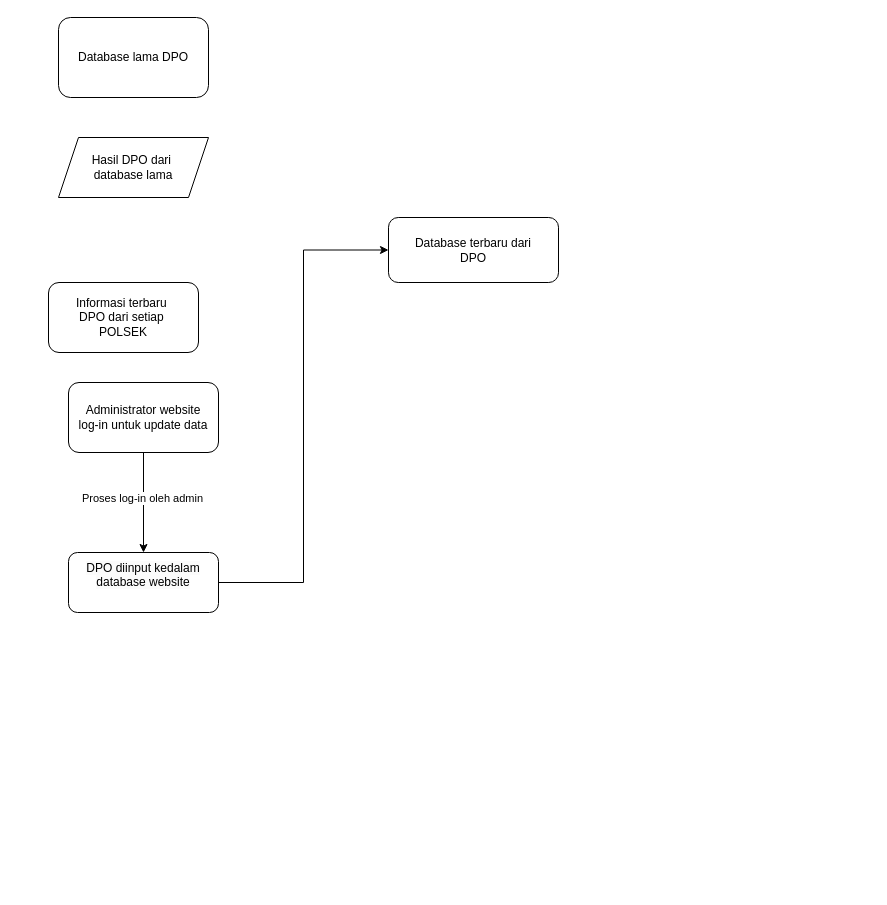
Earlier version of the draw.io diagram Final_flow.drawio (Irvanray21/final_project). Source tidied: cells renumbered, new cells numbered last; positions are measured from the earlier drawing's top-left corner, leaving out a move shared by most shapes. Both pictures are drawn from the tidied source at 100%, with x=0, y=0 at pixel (48, 17).
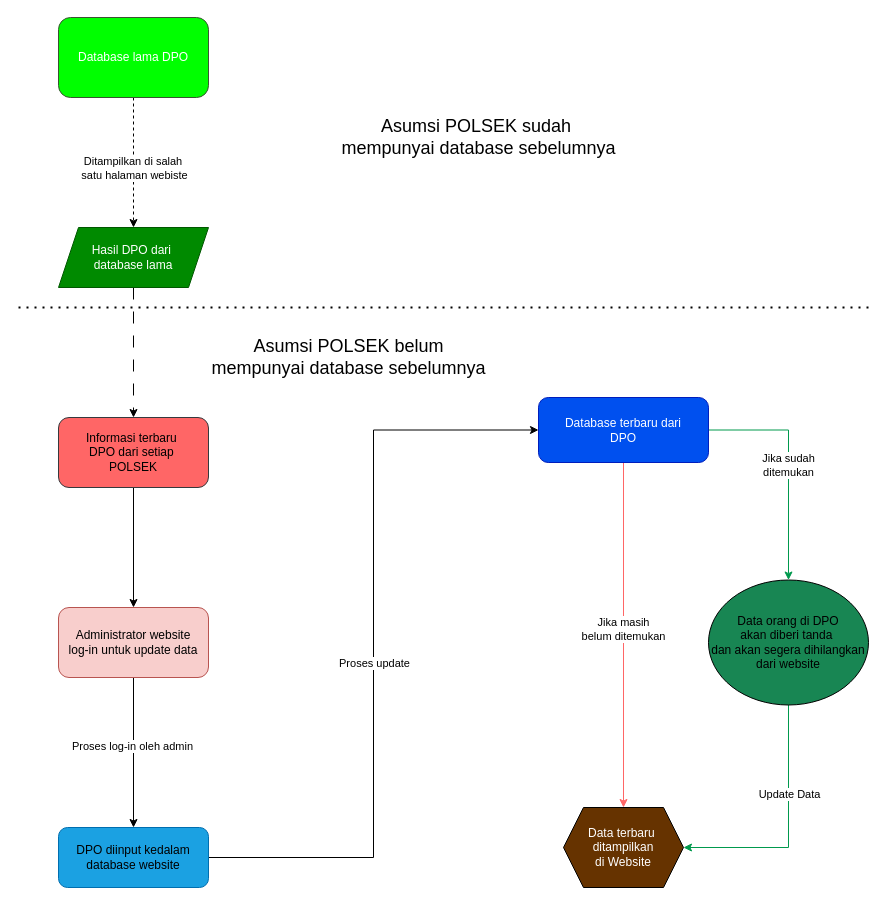
The same page after the edit.

Unchanged cells that the change refers to:
```xml
<mxCell id="6" style="edgeStyle=orthogonalEdgeStyle;rounded=0;jettySize=auto;html=1;entryX=0;entryY=0.5;entryDx=0;entryDy=0;" parent="1" edge="1" source="7" target="8">
  <mxGeometry relative="1" as="geometry" />
</mxCell>
```

Change to the diagram source:
```diff
@@
+    <mxCell id="11" style="edgeStyle=orthogonalEdgeStyle;rounded=0;jettySize=auto;html=1;" parent="1" edge="1" source="2" target="5">
+      <mxGeometry relative="1" as="geometry" />
+    </mxCell>
-    <mxCell id="2" value="Informasi terbaru&amp;nbsp;&lt;div&gt;DPO dari setiap&amp;nbsp;&lt;/div&gt;&lt;div&gt;POLSEK&lt;/div&gt;" style="rounded=1;whiteSpace=wrap;html=1;" parent="1" vertex="1">
-      <mxGeometry y="265" width="150" height="70" as="geometry" />
+    <mxCell id="2" value="Informasi terbaru&amp;nbsp;&lt;div&gt;DPO dari setiap&amp;nbsp;&lt;/div&gt;&lt;div&gt;POLSEK&lt;/div&gt;" style="rounded=1;whiteSpace=wrap;html=1;fillColor=#FF6666;strokeColor=#36393d;" parent="1" vertex="1">
+      <mxGeometry x="10" y="400" width="150" height="70" as="geometry" />
     </mxCell>
@@
-    <mxCell id="5" value="Administrator website&lt;div&gt;log-in untuk update data&lt;/div&gt;" style="rounded=1;whiteSpace=wrap;html=1;" parent="1" vertex="1">
-      <mxGeometry x="20" y="365" width="150" height="70" as="geometry" />
+    <mxCell id="5" value="Administrator website&lt;div&gt;log-in untuk update data&lt;/div&gt;" style="rounded=1;whiteSpace=wrap;html=1;fillColor=#f8cecc;strokeColor=#b85450;" parent="1" vertex="1">
+      <mxGeometry x="10" y="590" width="150" height="70" as="geometry" />
     </mxCell>
@@
+    <mxCell id="12" value="Proses update" style="edgeLabel;html=1;align=center;verticalAlign=middle;" parent="6" vertex="1">
+      <mxGeometry x="-0.05" relative="1" as="geometry" />
+    </mxCell>
-    <mxCell id="7" value="&#10;&lt;span style=&quot;color: rgb(0, 0, 0); font-family: Helvetica; font-size: 12px; font-style: normal; font-variant-ligatures: normal; font-variant-caps: normal; font-weight: 400; letter-spacing: normal; orphans: 2; text-align: center; text-indent: 0px; text-transform: none; widows: 2; word-spacing: 0px; -webkit-text-stroke-width: 0px; white-space: normal; background-color: rgb(251, 251, 251); text-decoration-thickness: initial; text-decoration-style: initial; text-decoration-color: initial; display: inline !important; float: none;&quot;&gt;DPO diinput kedalam database website&lt;/span&gt;&#10;&#10;" style="rounded=1;whiteSpace=wrap;html=1;" parent="1" vertex="1">
-      <mxGeometry x="20" y="535" width="150" height="60" as="geometry" />
+    <mxCell id="7" value="&lt;br&gt;&lt;span style=&quot;color: rgb(0, 0, 0); font-family: Helvetica; font-size: 12px; font-style: normal; font-variant-ligatures: normal; font-variant-caps: normal; font-weight: 400; letter-spacing: normal; orphans: 2; text-indent: 0px; text-transform: none; widows: 2; word-spacing: 0px; -webkit-text-stroke-width: 0px; white-space: normal; text-decoration-thickness: initial; text-decoration-style: initial; text-decoration-color: initial; float: none; display: inline !important;&quot;&gt;DPO diinput kedalam database website&lt;/span&gt;&lt;div&gt;&lt;br/&gt;&lt;/div&gt;" style="rounded=1;whiteSpace=wrap;html=1;align=center;verticalAlign=middle;fillColor=#1ba1e2;strokeColor=#006EAF;fontColor=#ffffff;" parent="1" vertex="1">
+      <mxGeometry x="10" y="810" width="150" height="60" as="geometry" />
     </mxCell>
+    <mxCell id="13" style="edgeStyle=orthogonalEdgeStyle;rounded=0;jettySize=auto;html=1;strokeColor=#FF6666;" parent="1" edge="1" source="8" target="24">
+      <mxGeometry relative="1" as="geometry" />
+    </mxCell>
+    <mxCell id="14" value="Jika masih&lt;div&gt;belum ditemukan&lt;/div&gt;" style="edgeLabel;html=1;align=center;verticalAlign=middle;" parent="13" vertex="1">
+      <mxGeometry x="-0.04" y="-1" relative="1" as="geometry" />
+    </mxCell>
+    <mxCell id="15" value="Jika sudah&lt;div&gt;ditemukan&lt;/div&gt;" style="edgeStyle=orthogonalEdgeStyle;rounded=0;jettySize=auto;html=1;strokeColor=#00994D;" parent="1" edge="1" source="8" target="23">
+      <mxGeometry relative="1" as="geometry">
+        <Array as="points">
+          <mxPoint x="740" y="413" />
+        </Array>
+      </mxGeometry>
+    </mxCell>
-    <mxCell id="8" value="Database terbaru dari&lt;div&gt;DPO&lt;/div&gt;" style="rounded=1;whiteSpace=wrap;html=1;" parent="1" vertex="1">
-      <mxGeometry x="340" y="200" width="170" height="65" as="geometry" />
+    <mxCell id="8" value="Database terbaru dari&lt;div&gt;DPO&lt;/div&gt;" style="rounded=1;whiteSpace=wrap;html=1;fillColor=#0050ef;fontColor=#ffffff;strokeColor=#001DBC;" parent="1" vertex="1">
+      <mxGeometry x="490" y="380" width="170" height="65" as="geometry" />
     </mxCell>
+    <mxCell id="16" style="edgeStyle=orthogonalEdgeStyle;rounded=0;jettySize=auto;html=1;dashed=1;" parent="1" edge="1" source="9" target="10">
+      <mxGeometry relative="1" as="geometry" />
+    </mxCell>
+    <mxCell id="17" value="Ditampilkan di salah&amp;nbsp;&lt;div&gt;satu halaman webiste&lt;/div&gt;" style="edgeLabel;html=1;align=center;verticalAlign=middle;" parent="16" vertex="1">
+      <mxGeometry x="0.07" relative="1" as="geometry" />
+    </mxCell>
-    <mxCell id="9" value="Database lama DPO" style="rounded=1;whiteSpace=wrap;html=1;" parent="1" vertex="1">
+    <mxCell id="9" value="&lt;font&gt;Database lama DPO&lt;/font&gt;" style="rounded=1;whiteSpace=wrap;html=1;fillColor=#00FF00;strokeColor=#3A5431;fontColor=#FFFFFF;align=center;" parent="1" vertex="1">
       <mxGeometry x="10" width="150" height="80" as="geometry" />
     </mxCell>
+    <mxCell id="18" style="edgeStyle=orthogonalEdgeStyle;rounded=0;jettySize=auto;html=1;entryX=0.5;entryY=0;entryDx=0;entryDy=0;dashed=1;dashPattern=12 12;" parent="1" edge="1" source="10" target="2">
+      <mxGeometry relative="1" as="geometry" />
+    </mxCell>
-    <mxCell id="10" value="Hasil DPO dari&amp;nbsp;&lt;div&gt;database lama&lt;/div&gt;" style="shape=parallelogram;perimeter=parallelogramPerimeter;whiteSpace=wrap;html=1;fixedSize=1;" parent="1" vertex="1">
-      <mxGeometry x="10" y="120" width="150" height="60" as="geometry" />
+    <mxCell id="10" value="Hasil DPO dari&amp;nbsp;&lt;div&gt;database lama&lt;/div&gt;" style="shape=parallelogram;perimeter=parallelogramPerimeter;whiteSpace=wrap;html=1;fixedSize=1;fillColor=#008a00;fontColor=#ffffff;strokeColor=#005700;" parent="1" vertex="1">
+      <mxGeometry x="10" y="210" width="150" height="60" as="geometry" />
     </mxCell>
+    <mxCell id="19" style="endArrow=none;dashed=1;html=1;dashPattern=1 3;strokeWidth=2;rounded=0;" parent="1" edge="1">
+      <mxGeometry relative="1" as="geometry">
+        <mxPoint x="-30" y="290" as="sourcePoint" />
+        <mxPoint x="820" y="290" as="targetPoint" />
+        <Array as="points">
+          <mxPoint x="50" y="290" />
+        </Array>
+      </mxGeometry>
+    </mxCell>
+    <mxCell id="20" value="Asumsi POLSEK sudah&amp;nbsp;&lt;div&gt;mempunyai database sebelumnya&lt;/div&gt;" style="text;html=1;align=center;verticalAlign=middle;strokeColor=none;fillColor=none;fontSize=18;" parent="1" vertex="1">
+      <mxGeometry x="280" y="90" width="300" height="60" as="geometry" />
+    </mxCell>
+    <mxCell id="21" style="edgeStyle=orthogonalEdgeStyle;rounded=0;jettySize=auto;html=1;strokeColor=#00994D;" parent="1" edge="1" source="23" target="24">
+      <mxGeometry relative="1" as="geometry">
+        <Array as="points">
+          <mxPoint x="740" y="830" />
+        </Array>
+      </mxGeometry>
+    </mxCell>
+    <mxCell id="22" value="Update Data" style="edgeLabel;html=1;align=center;verticalAlign=middle;" parent="21" vertex="1">
+      <mxGeometry x="-0.28" relative="1" as="geometry" />
+    </mxCell>
+    <mxCell id="23" value="Data orang di DPO&lt;div&gt;akan diberi tanda&amp;nbsp;&lt;/div&gt;&lt;div&gt;dan akan segera dihilangkan dari website&lt;/div&gt;" style="ellipse;whiteSpace=wrap;html=1;fillColor=#188653;" parent="1" vertex="1">
+      <mxGeometry x="660" y="562.5" width="160" height="125" as="geometry" />
+    </mxCell>
+    <mxCell id="24" value="&lt;font color=&quot;#ffffff&quot;&gt;Data terbaru&amp;nbsp;&lt;br&gt;ditampilkan&lt;/font&gt;&lt;div&gt;&lt;font color=&quot;#ffffff&quot;&gt;di Website&lt;/font&gt;&lt;/div&gt;" style="shape=hexagon;perimeter=hexagonPerimeter2;whiteSpace=wrap;html=1;fixedSize=1;fillColor=#663300;" parent="1" vertex="1">
+      <mxGeometry x="515" y="790" width="120" height="80" as="geometry" />
+    </mxCell>
+    <mxCell id="25" value="Asumsi POLSEK belum&lt;div&gt;mempunyai database sebelumnya&lt;/div&gt;" style="text;html=1;align=center;verticalAlign=middle;strokeColor=none;fillColor=none;fontSize=18;" parent="1" vertex="1">
+      <mxGeometry x="150" y="310" width="300" height="60" as="geometry" />
+    </mxCell>
```
